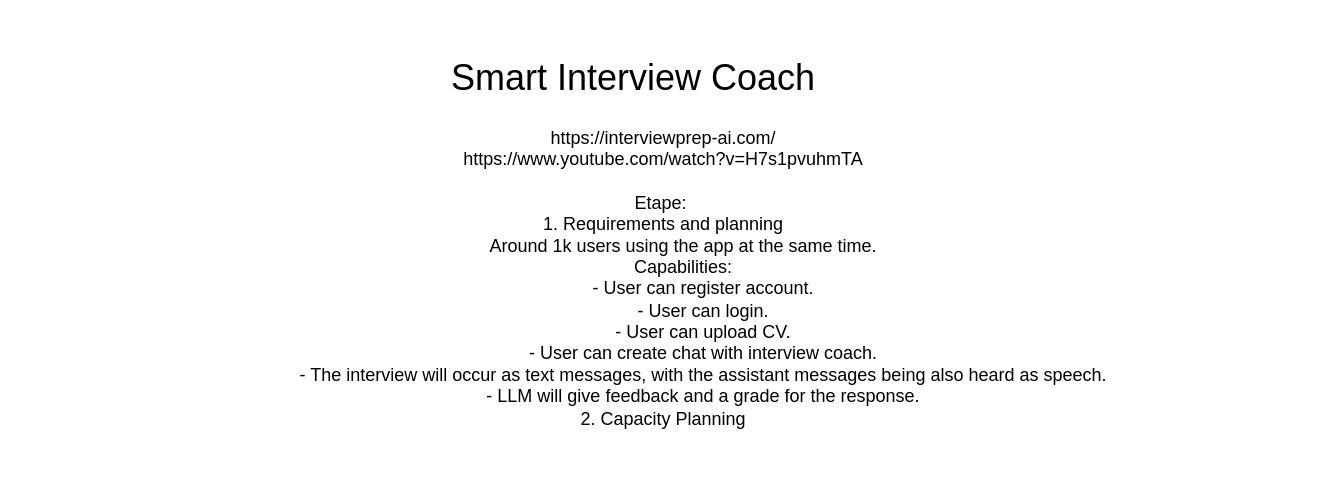
The draw.io diagram page "Requirements" (1 of 5) of licenta.drawio in Sory-Noroc/Smart-Interview-Coach, before the edit. Source tidied: cells renumbered, new cells numbered last; positions are measured from the earlier drawing's top-left corner, leaving out a move shared by most shapes. Both pictures are drawn from the tidied source at 150%, with x=0, y=0 at pixel (26, 26).
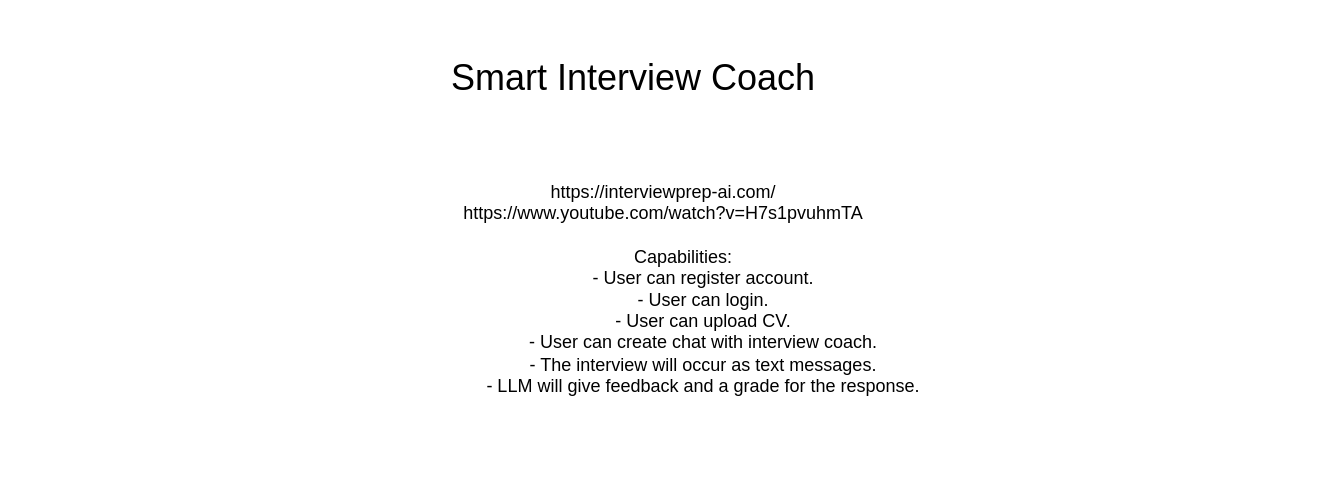
The same page after the edit.

What changed in the source:
```diff
@@
 <mxGraphModel>
   <root>
     <mxCell id="0" />
     <mxCell id="1" parent="0" />
     <mxCell id="2" value="&lt;font style=&quot;font-size: 24px;&quot;&gt;Smart Interview Coach&lt;/font&gt;" style="text;html=1;whiteSpace=wrap;strokeColor=none;fillColor=none;align=center;verticalAlign=middle;rounded=0;" parent="1" vertex="1">
       <mxGeometry x="270" width="270" height="70" as="geometry" />
     </mxCell>
-    <mxCell id="3" value="&lt;div&gt;&lt;div&gt;&lt;span style=&quot;background-color: transparent; color: light-dark(rgb(0, 0, 0), rgb(255, 255, 255));&quot;&gt;https://interviewprep-ai.com/&lt;/span&gt;&lt;/div&gt;&lt;div&gt;https://www.youtube.com/watch?v=H7s1pvuhmTA&lt;/div&gt;&lt;div&gt;&lt;br&gt;&lt;/div&gt;&lt;div&gt;Etape:&amp;nbsp;&lt;/div&gt;&lt;div&gt;1. Requirements and planning&lt;/div&gt;&lt;div&gt;&lt;span style=&quot;white-space: normal;&quot;&gt;&lt;span style=&quot;white-space:pre&quot;&gt;&#9;&lt;/span&gt;Around 1k users using the app at the same time.&lt;/span&gt;&lt;/div&gt;&lt;div&gt;&lt;span style=&quot;white-space: normal;&quot;&gt;&lt;span style=&quot;white-space:pre&quot;&gt;&#9;&lt;/span&gt;Capabilities:&lt;/span&gt;&lt;/div&gt;&lt;div&gt;&lt;span style=&quot;white-space: normal;&quot;&gt;&lt;span style=&quot;white-space:pre&quot;&gt;&#9;&#9;&lt;/span&gt;- User can register account.&lt;/span&gt;&lt;/div&gt;&lt;div&gt;&lt;span style=&quot;white-space: normal;&quot;&gt;&lt;span style=&quot;white-space:pre&quot;&gt;&#9;&#9;&lt;/span&gt;- User can login.&lt;/span&gt;&lt;/div&gt;&lt;div&gt;&lt;span style=&quot;white-space: normal;&quot;&gt;&lt;span style=&quot;white-space:pre&quot;&gt;&#9;&#9;&lt;/span&gt;- User can upload CV.&lt;/span&gt;&lt;/div&gt;&lt;div&gt;&lt;span style=&quot;white-space: normal;&quot;&gt;&lt;span style=&quot;white-space:pre&quot;&gt;&#9;&#9;&lt;/span&gt;- User can create chat with interview coach.&lt;/span&gt;&lt;/div&gt;&lt;div&gt;&lt;span style=&quot;white-space: normal;&quot;&gt;&lt;span style=&quot;white-space:pre&quot;&gt;&#9;&#9;&lt;/span&gt;- The interview will occur as text messages, with the assistant messages being also heard as speech.&lt;/span&gt;&lt;/div&gt;&lt;div&gt;&lt;span style=&quot;white-space: normal;&quot;&gt;&lt;span style=&quot;white-space:pre&quot;&gt;&#9;&#9;&lt;/span&gt;- LLM will give feedback and a grade for the response.&lt;/span&gt;&lt;/div&gt;&lt;div&gt;2. Capacity Planning&lt;/div&gt;&lt;/div&gt;&lt;div&gt;&lt;span style=&quot;white-space: pre;&quot;&gt;&#9;&lt;/span&gt;&lt;br&gt;&lt;/div&gt;" style="text;html=1;whiteSpace=wrap;strokeColor=none;fillColor=none;align=center;verticalAlign=middle;rounded=0;" parent="1" vertex="1">
+    <mxCell id="3" value="&lt;div&gt;&lt;span style=&quot;background-color: transparent; color: light-dark(rgb(0, 0, 0), rgb(255, 255, 255));&quot;&gt;https://interviewprep-ai.com/&lt;/span&gt;&lt;/div&gt;&lt;div&gt;https://www.youtube.com/watch?v=H7s1pvuhmTA&lt;/div&gt;&lt;div&gt;&lt;br&gt;&lt;/div&gt;&lt;div&gt;&lt;span style=&quot;white-space: normal;&quot;&gt;&lt;span style=&quot;white-space:pre&quot;&gt;&#9;&lt;/span&gt;Capabilities:&lt;/span&gt;&lt;/div&gt;&lt;div&gt;&lt;span style=&quot;white-space: normal;&quot;&gt;&lt;span style=&quot;white-space:pre&quot;&gt;&#9;&#9;&lt;/span&gt;- User can register account.&lt;/span&gt;&lt;/div&gt;&lt;div&gt;&lt;span style=&quot;white-space: normal;&quot;&gt;&lt;span style=&quot;white-space:pre&quot;&gt;&#9;&#9;&lt;/span&gt;- User can login.&lt;/span&gt;&lt;/div&gt;&lt;div&gt;&lt;span style=&quot;white-space: normal;&quot;&gt;&lt;span style=&quot;white-space:pre&quot;&gt;&#9;&#9;&lt;/span&gt;- User can upload CV.&lt;/span&gt;&lt;/div&gt;&lt;div&gt;&lt;span style=&quot;white-space: normal;&quot;&gt;&lt;span style=&quot;white-space:pre&quot;&gt;&#9;&#9;&lt;/span&gt;- User can create chat with interview coach.&lt;/span&gt;&lt;/div&gt;&lt;div&gt;&lt;span style=&quot;white-space: normal;&quot;&gt;&lt;span style=&quot;white-space:pre&quot;&gt;&#9;&#9;&lt;/span&gt;- The interview will occur as text messages.&lt;/span&gt;&lt;/div&gt;&lt;div&gt;&lt;span style=&quot;white-space: normal;&quot;&gt;&lt;span style=&quot;white-space:pre&quot;&gt;&#9;&#9;&lt;/span&gt;- LLM will give feedback and a grade for the response.&lt;/span&gt;&lt;/div&gt;" style="text;html=1;whiteSpace=wrap;strokeColor=none;fillColor=none;align=center;verticalAlign=middle;rounded=0;" parent="1" vertex="1">
       <mxGeometry y="60" width="850" height="230" as="geometry" />
     </mxCell>
   </root>
 </mxGraphModel>
```
